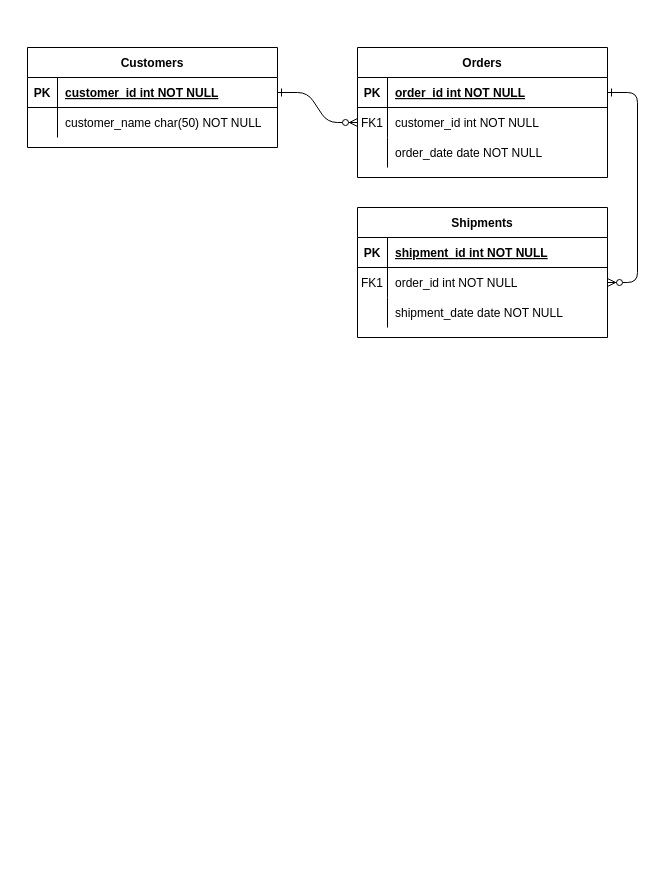
The draw.io diagram ApplicationSuiviTransEnfants.drawio in ngwessebrice/Draw.ioPropreitor, before the edit. Source tidied: cells renumbered, new cells numbered last; positions are measured from the earlier drawing's top-left corner, leaving out a move shared by most shapes. Both pictures are drawn from the tidied source at 100%, with x=0, y=0 at pixel (27, 47).
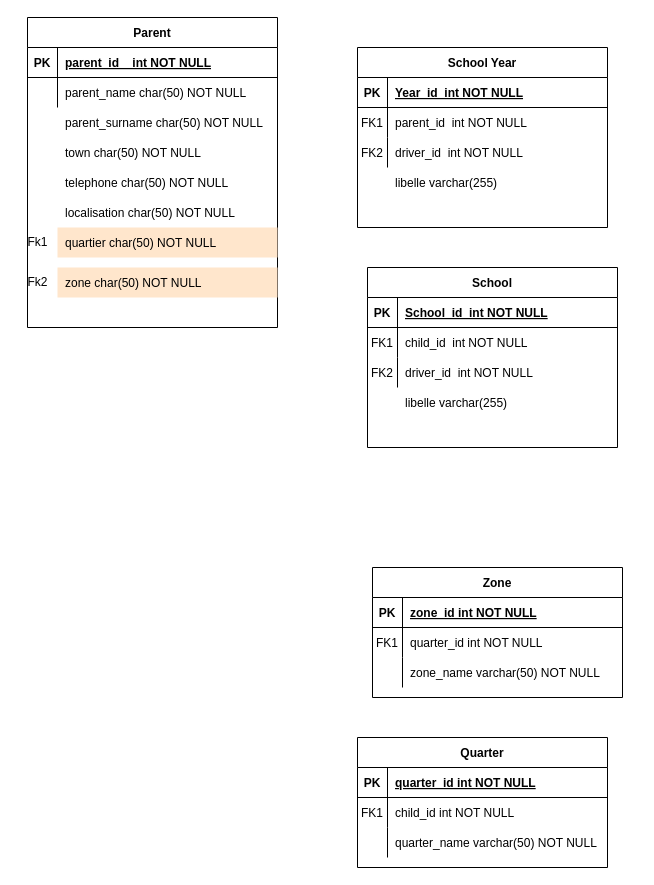
The same page after the edit.

The change refers to these unchanged cells:
```xml
<mxCell id="5" style="shape=partialRectangle;fillColor=none;points=[[0,0.5],[1,0.5]];portConstraint=eastwest;top=0;left=0;right=0;bottom=1;" parent="4" vertex="1">
  <mxGeometry y="30" width="250" height="30" as="geometry" />
</mxCell>
<mxCell id="8" style="shape=partialRectangle;fillColor=none;points=[[0,0.5],[1,0.5]];portConstraint=eastwest;top=0;left=0;right=0;bottom=0;" parent="4" vertex="1">
  <mxGeometry y="60" width="250" height="30" as="geometry" />
</mxCell>
<mxCell id="11" style="shape=partialRectangle;fillColor=none;top=0;left=0;right=0;bottom=0;" parent="4" vertex="1">
  <mxGeometry y="90" width="250" height="30" as="geometry" />
</mxCell>
<mxCell id="15" style="shape=partialRectangle;fillColor=none;top=0;left=0;right=0;bottom=1;" parent="14" vertex="1">
  <mxGeometry y="30" width="250" height="30" as="geometry" />
</mxCell>
<mxCell id="18" style="shape=partialRectangle;fillColor=none;points=[[0,0.5],[1,0.5]];portConstraint=eastwest;top=0;left=0;right=0;bottom=0;" parent="14" vertex="1">
  <mxGeometry y="60" width="250" height="30" as="geometry" />
</mxCell>
<mxCell id="21" style="shape=partialRectangle;fillColor=none;top=0;left=0;right=0;bottom=0;" parent="14" vertex="1">
  <mxGeometry y="90" width="250" height="30" as="geometry" />
</mxCell>
<mxCell id="25" style="shape=partialRectangle;fillColor=none;points=[[0,0.5],[1,0.5]];portConstraint=eastwest;top=0;left=0;right=0;bottom=1;" parent="24" vertex="1">
  <mxGeometry y="30" width="250" height="30" as="geometry" />
</mxCell>
<mxCell id="28" style="shape=partialRectangle;fillColor=none;top=0;left=0;right=0;bottom=0;" parent="24" vertex="1">
  <mxGeometry y="60" width="250" height="30" as="geometry" />
</mxCell>
```

Diff of the diagram source:
```diff
@@
-    <mxCell id="2" style="edgeStyle=entityRelationEdgeStyle;endArrow=ERzeroToMany;startArrow=ERone;endFill=1;startFill=0;" parent="1" edge="1" source="25" target="8">
-      <mxGeometry relative="1" as="geometry" />
-    </mxCell>
-    <mxCell id="3" style="edgeStyle=entityRelationEdgeStyle;endArrow=ERzeroToMany;startArrow=ERone;endFill=1;startFill=0;" parent="1" edge="1" source="5" target="18">
-      <mxGeometry relative="1" as="geometry" />
-    </mxCell>
-    <mxCell id="4" value="Orders" style="shape=table;startSize=30;childLayout=tableLayout;rowLines=0;fontStyle=1;align=center;" parent="1" vertex="1">
-      <mxGeometry x="330" width="250" height="130" as="geometry" />
+    <mxCell id="4" value="School Year" style="shape=table;startSize=30;childLayout=tableLayout;rowLines=0;fontStyle=1;align=center;" parent="1" vertex="1">
+      <mxGeometry x="330" width="250" height="180" as="geometry" />
     </mxCell>
@@
-    <mxCell id="7" value="order_id int NOT NULL " style="shape=partialRectangle;overflow=hidden;fillColor=none;top=0;left=0;bottom=0;right=0;align=left;spacingLeft=6;fontStyle=5;" parent="5" vertex="1">
+    <mxCell id="7" value="Year_id  int NOT NULL" style="shape=partialRectangle;overflow=hidden;fillColor=none;top=0;left=0;bottom=0;right=0;align=left;spacingLeft=6;fontStyle=5;" parent="5" vertex="1">
       <mxGeometry x="30" width="220" height="30" as="geometry" />
     </mxCell>
@@
-    <mxCell id="10" value="customer_id int NOT NULL" style="shape=partialRectangle;overflow=hidden;fillColor=none;top=0;left=0;bottom=0;right=0;align=left;spacingLeft=6;" parent="8" vertex="1">
+    <mxCell id="10" value="parent_id  int NOT NULL" style="shape=partialRectangle;overflow=hidden;fillColor=none;top=0;left=0;bottom=0;right=0;align=left;spacingLeft=6;" parent="8" vertex="1">
       <mxGeometry x="30" width="220" height="30" as="geometry" />
     </mxCell>
@@
-    <mxCell id="12" style="shape=partialRectangle;overflow=hidden;fillColor=none;top=0;left=0;bottom=0;right=0;" parent="11" vertex="1">
+    <mxCell id="12" value="FK2" style="shape=partialRectangle;overflow=hidden;fillColor=none;top=0;left=0;bottom=0;right=0;" parent="11" vertex="1">
       <mxGeometry width="30" height="30" as="geometry" />
     </mxCell>
-    <mxCell id="13" value="order_date date NOT NULL" style="shape=partialRectangle;overflow=hidden;fillColor=none;top=0;left=0;bottom=0;right=0;align=left;spacingLeft=6;" parent="11" vertex="1">
+    <mxCell id="13" value="driver_id  int NOT NULL" style="shape=partialRectangle;overflow=hidden;fillColor=none;top=0;left=0;bottom=0;right=0;align=left;spacingLeft=6;" parent="11" vertex="1">
       <mxGeometry x="30" width="220" height="30" as="geometry" />
     </mxCell>
-    <mxCell id="14" value="Shipments" style="shape=table;startSize=30;childLayout=tableLayout;rowLines=0;fontStyle=1;align=center;" parent="1" vertex="1">
-      <mxGeometry x="330" y="160" width="250" height="130" as="geometry" />
+    <mxCell id="14" value="Zone" style="shape=table;startSize=30;childLayout=tableLayout;rowLines=0;fontStyle=1;align=center;" parent="1" vertex="1">
+      <mxGeometry x="345" y="520" width="250" height="130" as="geometry" />
     </mxCell>
@@
-    <mxCell id="17" value="shipment_id int NOT NULL " style="shape=partialRectangle;overflow=hidden;fillColor=none;top=0;left=0;bottom=0;right=0;align=left;spacingLeft=6;fontStyle=5;" parent="15" vertex="1">
+    <mxCell id="17" value="zone_id int NOT NULL " style="shape=partialRectangle;overflow=hidden;fillColor=none;top=0;left=0;bottom=0;right=0;align=left;spacingLeft=6;fontStyle=5;" parent="15" vertex="1">
       <mxGeometry x="30" width="220" height="30" as="geometry" />
     </mxCell>
@@
-    <mxCell id="20" value="order_id int NOT NULL" style="shape=partialRectangle;overflow=hidden;fillColor=none;top=0;left=0;bottom=0;right=0;align=left;spacingLeft=6;" parent="18" vertex="1">
+    <mxCell id="20" value="quarter_id int NOT NULL" style="shape=partialRectangle;overflow=hidden;fillColor=none;top=0;left=0;bottom=0;right=0;align=left;spacingLeft=6;" parent="18" vertex="1">
       <mxGeometry x="30" width="220" height="30" as="geometry" />
     </mxCell>
@@
-    <mxCell id="23" value="shipment_date date NOT NULL" style="shape=partialRectangle;overflow=hidden;fillColor=none;top=0;left=0;bottom=0;right=0;align=left;spacingLeft=6;" parent="21" vertex="1">
+    <mxCell id="23" value="zone_name varchar(50) NOT NULL" style="shape=partialRectangle;overflow=hidden;fillColor=none;top=0;left=0;bottom=0;right=0;align=left;spacingLeft=6;" parent="21" vertex="1">
       <mxGeometry x="30" width="220" height="30" as="geometry" />
     </mxCell>
-    <mxCell id="24" value="Customers" style="shape=table;startSize=30;childLayout=tableLayout;rowLines=0;fontStyle=1;align=center;" parent="1" vertex="1">
-      <mxGeometry width="250" height="100" as="geometry" />
+    <mxCell id="24" value="Parent" style="shape=table;startSize=30;childLayout=tableLayout;rowLines=0;fontStyle=1;align=center;" parent="1" vertex="1">
+      <mxGeometry y="-30" width="250" height="310" as="geometry" />
     </mxCell>
@@
-    <mxCell id="27" value="customer_id int NOT NULL " style="shape=partialRectangle;overflow=hidden;fillColor=none;top=0;left=0;bottom=0;right=0;align=left;spacingLeft=6;fontStyle=5;" parent="25" vertex="1">
+    <mxCell id="27" value="parent_id    int NOT NULL" style="shape=partialRectangle;overflow=hidden;fillColor=none;top=0;left=0;bottom=0;right=0;align=left;spacingLeft=6;fontStyle=5;" parent="25" vertex="1">
       <mxGeometry x="30" width="220" height="30" as="geometry" />
     </mxCell>
@@
-    <mxCell id="30" value="customer_name char(50) NOT NULL" style="shape=partialRectangle;overflow=hidden;fillColor=none;top=0;left=0;bottom=0;right=0;align=left;spacingLeft=6;" parent="28" vertex="1">
+    <mxCell id="30" value="parent_name char(50) NOT NULL" style="shape=partialRectangle;overflow=hidden;fillColor=none;top=0;left=0;bottom=0;right=0;align=left;spacingLeft=6;" parent="28" vertex="1">
       <mxGeometry x="30" width="220" height="30" as="geometry" />
     </mxCell>
+    <mxCell id="31" value="parent_surname char(50) NOT NULL" style="shape=partialRectangle;overflow=hidden;fillColor=none;top=0;left=0;bottom=0;right=0;align=left;spacingLeft=6;" parent="1" vertex="1">
+      <mxGeometry x="30" y="60" width="220" height="30" as="geometry" />
+    </mxCell>
+    <mxCell id="32" value="town char(50) NOT NULL" style="shape=partialRectangle;overflow=hidden;fillColor=none;top=0;left=0;bottom=0;right=0;align=left;spacingLeft=6;" parent="1" vertex="1">
+      <mxGeometry x="30" y="90" width="220" height="30" as="geometry" />
+    </mxCell>
+    <mxCell id="33" value="telephone char(50) NOT NULL" style="shape=partialRectangle;overflow=hidden;fillColor=none;top=0;left=0;bottom=0;right=0;align=left;spacingLeft=6;" parent="1" vertex="1">
+      <mxGeometry x="30" y="120" width="220" height="30" as="geometry" />
+    </mxCell>
+    <mxCell id="34" value="localisation char(50) NOT NULL" style="shape=partialRectangle;overflow=hidden;fillColor=none;top=0;left=0;bottom=0;right=0;align=left;spacingLeft=6;" parent="1" vertex="1">
+      <mxGeometry x="30" y="150" width="220" height="30" as="geometry" />
+    </mxCell>
+    <mxCell id="35" value="quartier char(50) NOT NULL" style="shape=partialRectangle;overflow=hidden;fillColor=#ffe6cc;top=0;left=0;bottom=0;right=0;align=left;spacingLeft=6;strokeColor=#d79b00;" parent="1" vertex="1">
+      <mxGeometry x="30" y="180" width="220" height="30" as="geometry" />
+    </mxCell>
+    <mxCell id="36" value="zone char(50) NOT NULL" style="shape=partialRectangle;overflow=hidden;fillColor=#ffe6cc;top=0;left=0;bottom=0;right=0;align=left;spacingLeft=6;strokeColor=#d79b00;" parent="1" vertex="1">
+      <mxGeometry x="30" y="220" width="220" height="30" as="geometry" />
+    </mxCell>
+    <mxCell id="37" value="Fk1" style="text;html=1;align=center;verticalAlign=middle;strokeColor=none;fillColor=none;" parent="1" vertex="1">
+      <mxGeometry x="-10" y="180" width="40" height="30" as="geometry" />
+    </mxCell>
+    <mxCell id="38" value="Fk2" style="text;html=1;align=center;verticalAlign=middle;strokeColor=none;fillColor=none;" parent="1" vertex="1">
+      <mxGeometry x="-10" y="220" width="40" height="30" as="geometry" />
+    </mxCell>
+    <mxCell id="39" value="libelle varchar(255) " style="shape=partialRectangle;overflow=hidden;fillColor=none;top=0;left=0;bottom=0;right=0;align=left;spacingLeft=6;" parent="1" vertex="1">
+      <mxGeometry x="360" y="120" width="220" height="30" as="geometry" />
+    </mxCell>
+    <mxCell id="40" value="School" style="shape=table;startSize=30;childLayout=tableLayout;rowLines=0;fontStyle=1;align=center;" parent="1" vertex="1">
+      <mxGeometry x="340" y="220" width="250" height="180" as="geometry" />
+    </mxCell>
+    <mxCell id="41" style="shape=partialRectangle;fillColor=none;top=0;left=0;right=0;bottom=1;" parent="40" vertex="1">
+      <mxGeometry y="30" width="250" height="30" as="geometry" />
+    </mxCell>
+    <mxCell id="42" value="PK" style="shape=partialRectangle;overflow=hidden;fillColor=none;top=0;left=0;bottom=0;right=0;fontStyle=1;" parent="41" vertex="1">
+      <mxGeometry width="30" height="30" as="geometry" />
+    </mxCell>
+    <mxCell id="43" value="School_id  int NOT NULL" style="shape=partialRectangle;overflow=hidden;fillColor=none;top=0;left=0;bottom=0;right=0;align=left;spacingLeft=6;fontStyle=5;" parent="41" vertex="1">
+      <mxGeometry x="30" width="220" height="30" as="geometry" />
+    </mxCell>
+    <mxCell id="44" style="shape=partialRectangle;fillColor=none;top=0;left=0;right=0;bottom=0;" parent="40" vertex="1">
+      <mxGeometry y="60" width="250" height="30" as="geometry" />
+    </mxCell>
+    <mxCell id="45" value="FK1" style="shape=partialRectangle;overflow=hidden;fillColor=none;top=0;left=0;bottom=0;right=0;" parent="44" vertex="1">
+      <mxGeometry width="30" height="30" as="geometry" />
+    </mxCell>
+    <mxCell id="46" value="child_id  int NOT NULL" style="shape=partialRectangle;overflow=hidden;fillColor=none;top=0;left=0;bottom=0;right=0;align=left;spacingLeft=6;" parent="44" vertex="1">
+      <mxGeometry x="30" width="220" height="30" as="geometry" />
+    </mxCell>
+    <mxCell id="47" style="shape=partialRectangle;fillColor=none;top=0;left=0;right=0;bottom=0;" parent="40" vertex="1">
+      <mxGeometry y="90" width="250" height="30" as="geometry" />
+    </mxCell>
+    <mxCell id="48" value="FK2" style="shape=partialRectangle;overflow=hidden;fillColor=none;top=0;left=0;bottom=0;right=0;" parent="47" vertex="1">
+      <mxGeometry width="30" height="30" as="geometry" />
+    </mxCell>
+    <mxCell id="49" value="driver_id  int NOT NULL" style="shape=partialRectangle;overflow=hidden;fillColor=none;top=0;left=0;bottom=0;right=0;align=left;spacingLeft=6;" parent="47" vertex="1">
+      <mxGeometry x="30" width="220" height="30" as="geometry" />
+    </mxCell>
+    <mxCell id="50" value="libelle varchar(255) " style="shape=partialRectangle;overflow=hidden;fillColor=none;top=0;left=0;bottom=0;right=0;align=left;spacingLeft=6;" parent="1" vertex="1">
+      <mxGeometry x="370" y="340" width="220" height="30" as="geometry" />
+    </mxCell>
+    <mxCell id="51" value="Quarter" style="shape=table;startSize=30;childLayout=tableLayout;rowLines=0;fontStyle=1;align=center;" parent="1" vertex="1">
+      <mxGeometry x="330" y="690" width="250" height="130" as="geometry" />
+    </mxCell>
+    <mxCell id="52" style="shape=partialRectangle;fillColor=none;top=0;left=0;right=0;bottom=1;" parent="51" vertex="1">
+      <mxGeometry y="30" width="250" height="30" as="geometry" />
+    </mxCell>
+    <mxCell id="53" value="PK" style="shape=partialRectangle;overflow=hidden;fillColor=none;top=0;left=0;bottom=0;right=0;fontStyle=1;" parent="52" vertex="1">
+      <mxGeometry width="30" height="30" as="geometry" />
+    </mxCell>
+    <mxCell id="54" value="quarter_id int NOT NULL " style="shape=partialRectangle;overflow=hidden;fillColor=none;top=0;left=0;bottom=0;right=0;align=left;spacingLeft=6;fontStyle=5;" parent="52" vertex="1">
+      <mxGeometry x="30" width="220" height="30" as="geometry" />
+    </mxCell>
+    <mxCell id="55" style="shape=partialRectangle;fillColor=none;top=0;left=0;right=0;bottom=0;" parent="51" vertex="1">
+      <mxGeometry y="60" width="250" height="30" as="geometry" />
+    </mxCell>
+    <mxCell id="56" value="FK1" style="shape=partialRectangle;overflow=hidden;fillColor=none;top=0;left=0;bottom=0;right=0;" parent="55" vertex="1">
+      <mxGeometry width="30" height="30" as="geometry" />
+    </mxCell>
+    <mxCell id="57" value="child_id int NOT NULL" style="shape=partialRectangle;overflow=hidden;fillColor=none;top=0;left=0;bottom=0;right=0;align=left;spacingLeft=6;" parent="55" vertex="1">
+      <mxGeometry x="30" width="220" height="30" as="geometry" />
+    </mxCell>
+    <mxCell id="58" style="shape=partialRectangle;fillColor=none;top=0;left=0;right=0;bottom=0;" parent="51" vertex="1">
+      <mxGeometry y="90" width="250" height="30" as="geometry" />
+    </mxCell>
+    <mxCell id="59" style="shape=partialRectangle;overflow=hidden;fillColor=none;top=0;left=0;bottom=0;right=0;" parent="58" vertex="1">
+      <mxGeometry width="30" height="30" as="geometry" />
+    </mxCell>
+    <mxCell id="60" value="quarter_name varchar(50) NOT NULL" style="shape=partialRectangle;overflow=hidden;fillColor=none;top=0;left=0;bottom=0;right=0;align=left;spacingLeft=6;" parent="58" vertex="1">
+      <mxGeometry x="30" width="220" height="30" as="geometry" />
+    </mxCell>
```
